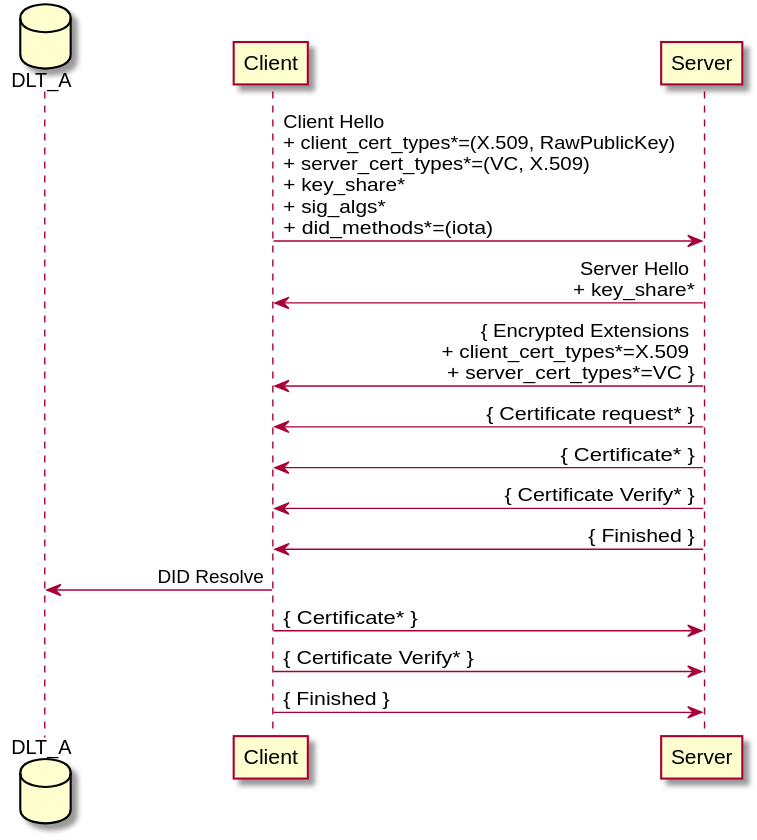
The PlantUML diagram images/clnt-x509-srvr-vc.svg in thomas-fossati/draft-vesco-vcauthtls, before a commit. Source of this version:
```plantuml
@startuml clnt-x509-srvr-vc
participant Client order 2
participant Server order 3
database DLT_A order 1
skinparam sequenceMessageAlign direction
skinparam ParticipantPadding 100

Client -> Server : Client Hello \n+ client_cert_types*=(X.509, RawPublicKey) \n+ server_cert_types*=(VC, X.509) \n+ key_share* \n+ sig_algs* \n+ did_methods*=(iota)
Server -> Client : Server Hello \n+ key_share*
Server -> Client : { Encrypted Extensions \n+ client_cert_types*=X.509 \n+ server_cert_types*=VC }
Server -> Client : { Certificate request* }
Server -> Client : { Certificate* }
Server -> Client : { Certificate Verify* }
Server -> Client : { Finished }
Client -> DLT_A : DID Resolve
Client -> Server : { Certificate* }
Client -> Server : { Certificate Verify* }
Client -> Server : { Finished }
@enduml
```
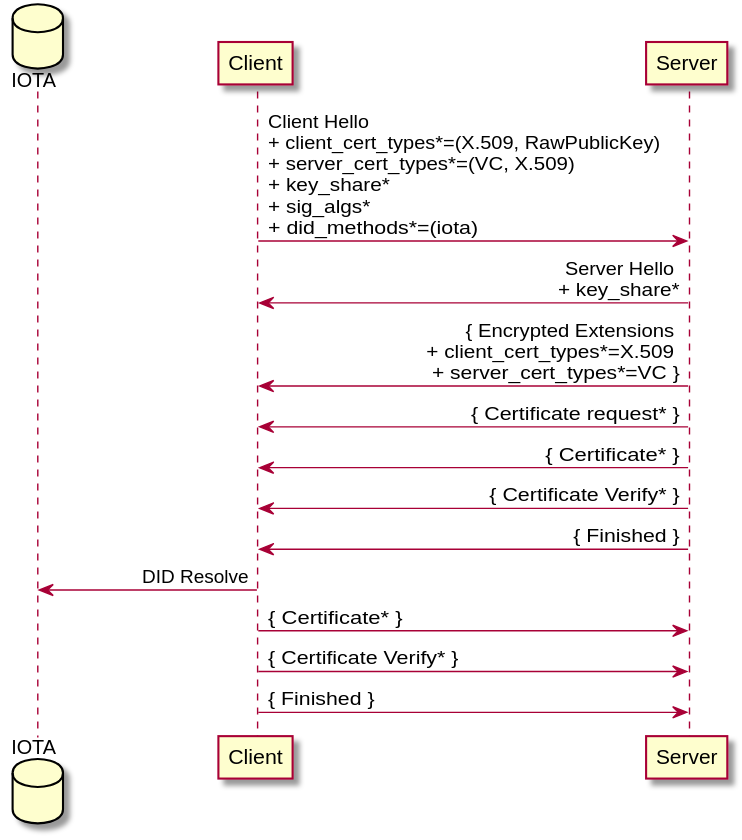
Above is the later version.

The edit, as a diff of the source:
```diff
@@ -1,7 +1,7 @@
 @startuml clnt-x509-srvr-vc
 participant Client order 2
 participant Server order 3
-database DLT_A order 1
+database IOTA order 1
 skinparam sequenceMessageAlign direction
 skinparam ParticipantPadding 100
 
@@ -12,7 +12,7 @@
 Server -> Client : { Certificate* }
 Server -> Client : { Certificate Verify* }
 Server -> Client : { Finished }
-Client -> DLT_A : DID Resolve
+Client -> IOTA : DID Resolve
 Client -> Server : { Certificate* }
 Client -> Server : { Certificate Verify* }
 Client -> Server : { Finished }
```
